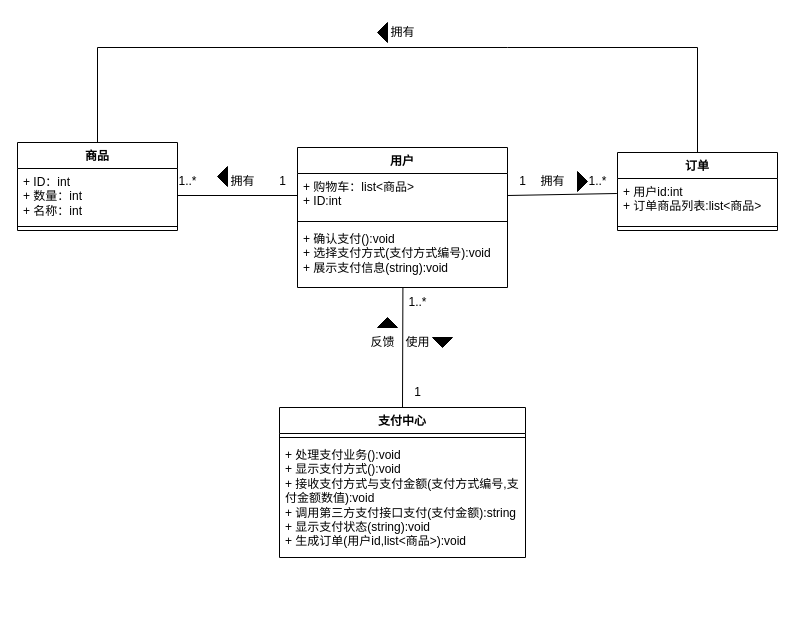
Above: page "第 3 页" (3 of 3) of 未命名绘图.drawio in Iaiolk/VerilogCDE (draw.io), before the change. Source tidied: cells renumbered, new cells numbered last; positions are measured from the earlier drawing's top-left corner, leaving out a move shared by most shapes. Both pictures are drawn from the tidied source at 100%, with x=0, y=0 at pixel (17, 17).
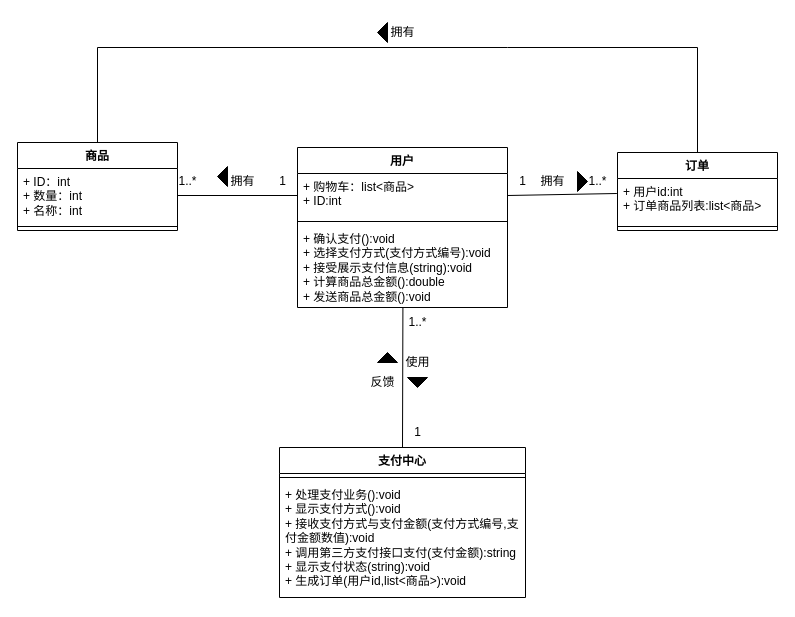
Above is the later version.

Commit message (it also covers changes not shown here):
更新未命名绘图.drawio

What changed in the source:
```diff
@@
     <mxCell id="2" value="用户" style="swimlane;fontStyle=1;align=center;verticalAlign=top;horizontal=1;startSize=26;whiteSpace=wrap;html=1;" parent="1" vertex="1">
-      <mxGeometry x="280" y="130" width="210" height="140" as="geometry" />
+      <mxGeometry x="280" y="130" width="210" height="160" as="geometry" />
     </mxCell>
@@
-    <mxCell id="5" value="+ 确认支付():void&lt;br&gt;+ 选择支付方式(支付方式编号):void&lt;br&gt;+ 展示支付信息(string):void" style="text;strokeColor=none;fillColor=none;align=left;verticalAlign=top;spacingLeft=4;spacingRight=4;overflow=hidden;points=[[0,0.5],[1,0.5]];portConstraint=eastwest;whiteSpace=wrap;html=1;" parent="2" vertex="1">
-      <mxGeometry y="78" width="210" height="62" as="geometry" />
+    <mxCell id="5" value="+ 确认支付():void&lt;br&gt;+ 选择支付方式(支付方式编号):void&lt;br&gt;+ 接受展示支付信息(string):void&lt;br&gt;+ 计算商品总金额():double&lt;br&gt;+ 发送商品总金额():void" style="text;strokeColor=none;fillColor=none;align=left;verticalAlign=top;spacingLeft=4;spacingRight=4;overflow=hidden;points=[[0,0.5],[1,0.5]];portConstraint=eastwest;whiteSpace=wrap;html=1;" parent="2" vertex="1">
+      <mxGeometry y="78" width="210" height="82" as="geometry" />
     </mxCell>
@@
     <mxCell id="12" value="支付中心" style="swimlane;fontStyle=1;align=center;verticalAlign=top;horizontal=1;startSize=26;whiteSpace=wrap;html=1;" parent="1" vertex="1">
-      <mxGeometry x="262" y="390" width="246" height="150" as="geometry" />
+      <mxGeometry x="262" y="430" width="246" height="150" as="geometry" />
     </mxCell>
@@
     <mxCell id="23" value="1" style="text;html=1;align=center;verticalAlign=middle;strokeColor=none;fillColor=none;" parent="1" vertex="1">
-      <mxGeometry x="385" y="360" width="30" height="30" as="geometry" />
+      <mxGeometry x="385" y="400" width="30" height="30" as="geometry" />
     </mxCell>
     <mxCell id="24" value="1..*" style="text;html=1;align=center;verticalAlign=middle;strokeColor=none;fillColor=none;" parent="1" vertex="1">
-      <mxGeometry x="380" y="270" width="40" height="30" as="geometry" />
+      <mxGeometry x="380" y="290" width="40" height="30" as="geometry" />
     </mxCell>
@@
     <mxCell id="28" value="使用" style="text;html=1;align=center;verticalAlign=middle;strokeColor=none;fillColor=none;" parent="1" vertex="1">
-      <mxGeometry x="375" y="310" width="50" height="30" as="geometry" />
+      <mxGeometry x="375" y="330" width="50" height="30" as="geometry" />
     </mxCell>
     <mxCell id="29" style="triangle;whiteSpace=wrap;html=1;fillColor=#000000;rotation=90;" parent="1" vertex="1">
-      <mxGeometry x="420" y="315" width="10" height="20" as="geometry" />
+      <mxGeometry x="395" y="355" width="10" height="20" as="geometry" />
     </mxCell>
@@
     <mxCell id="33" style="triangle;whiteSpace=wrap;html=1;fillColor=#000000;rotation=-90;" parent="1" vertex="1">
-      <mxGeometry x="365" y="295" width="10" height="20" as="geometry" />
+      <mxGeometry x="365" y="330" width="10" height="20" as="geometry" />
     </mxCell>
     <mxCell id="34" value="反馈" style="text;html=1;align=center;verticalAlign=middle;strokeColor=none;fillColor=none;" parent="1" vertex="1">
-      <mxGeometry x="340" y="310" width="50" height="30" as="geometry" />
+      <mxGeometry x="340" y="350" width="50" height="30" as="geometry" />
     </mxCell>
```
